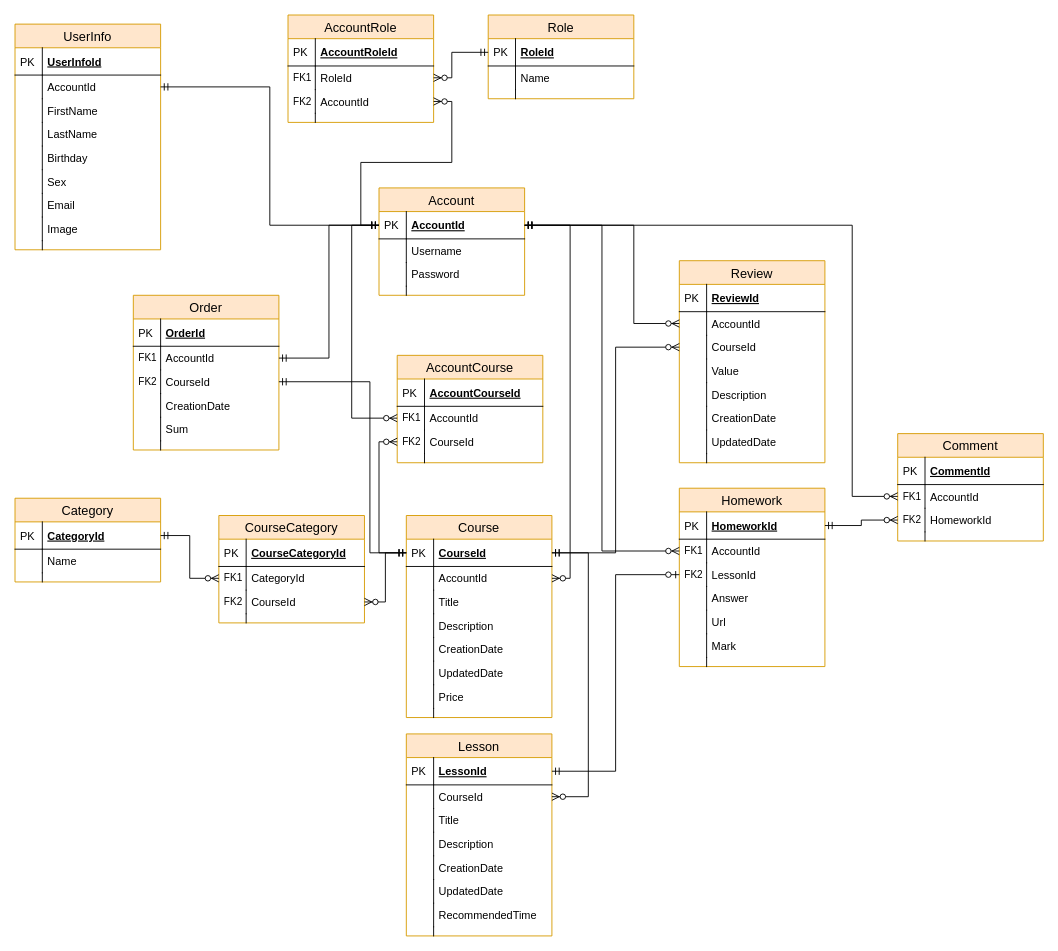
This is EduApp/EduApp.Data/DbScheme/database.drawio from EvgeniyVashinko/EduApp, a draw.io file, before an edit. Source tidied: cells renumbered, new cells numbered last; positions are measured from the earlier drawing's top-left corner, leaving out a move shared by most shapes. Both pictures are drawn from the tidied source at 91%, with x=0, y=0 at pixel (15, 15).
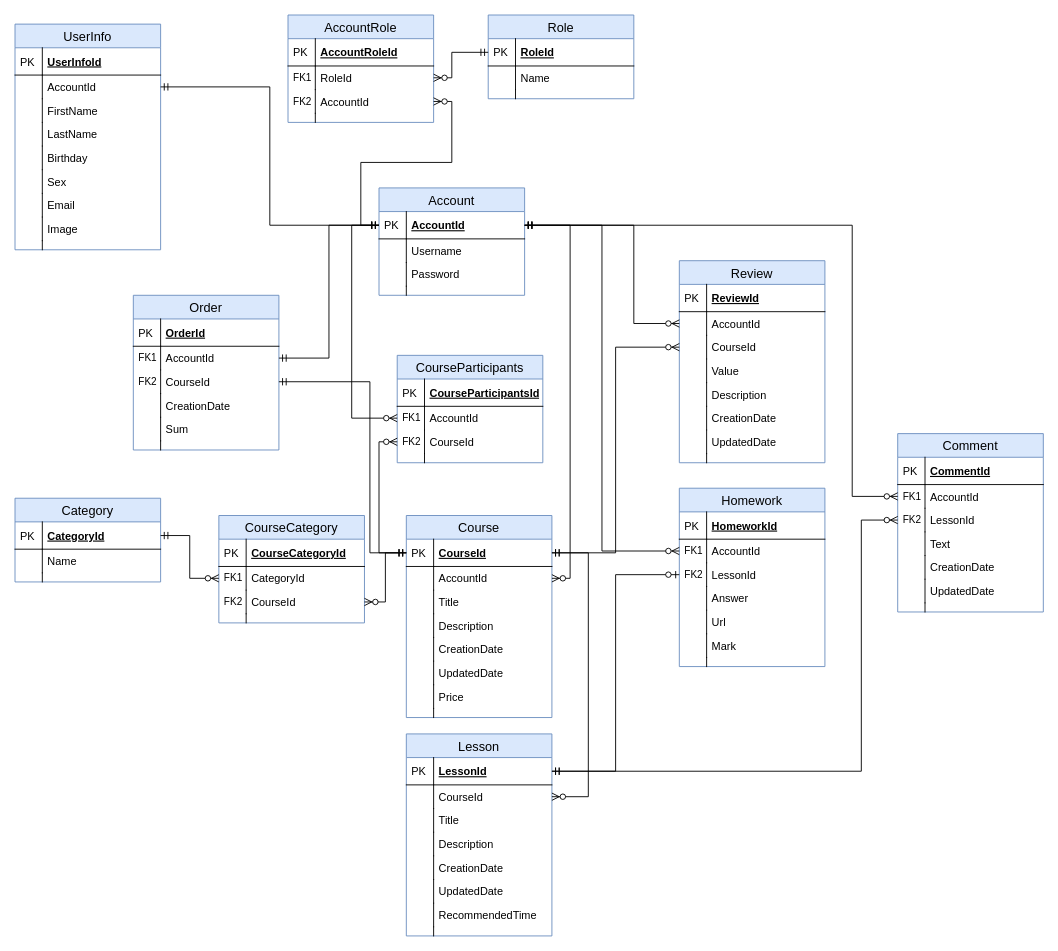
The same diagram, later.

Unchanged cells that the change refers to:
```xml
<mxCell id="38" value="LessonId" style="shape=partialRectangle;top=0;left=0;right=0;bottom=1;align=left;verticalAlign=middle;fillColor=none;spacingLeft=34;spacingRight=4;overflow=hidden;points=[[0,0.5],[1,0.5]];portConstraint=eastwest;fontStyle=5;fontSize=12;" parent="37" vertex="1">
  <mxGeometry y="26" width="160" height="30" as="geometry" />
</mxCell>
<mxCell id="111" value="HomeworkId" style="shape=partialRectangle;top=0;left=0;right=0;bottom=1;align=left;verticalAlign=middle;fillColor=none;spacingLeft=34;spacingRight=4;overflow=hidden;points=[[0,0.5],[1,0.5]];portConstraint=eastwest;fontStyle=5;fontSize=12;" parent="110" vertex="1">
  <mxGeometry y="26" width="160" height="30" as="geometry" />
</mxCell>
```

Diff of the diagram source:
```diff
@@
-    <mxCell id="2" value="AccountCourse" style="swimlane;fontStyle=0;horizontal=1;startSize=26;fillColor=#ffe6cc;swimlaneFillColor=#ffffff;align=center;fontSize=14;strokeColor=#d79b00;" parent="1" vertex="1">
+    <mxCell id="2" value="CourseParticipants" style="swimlane;fontStyle=0;horizontal=1;startSize=26;fillColor=#dae8fc;swimlaneFillColor=#ffffff;align=center;fontSize=14;strokeColor=#6c8ebf;" parent="1" vertex="1">
       <mxGeometry x="420" y="374" width="160" height="118" as="geometry" />
     </mxCell>
-    <mxCell id="3" value="AccountCourseId" style="shape=partialRectangle;top=0;left=0;right=0;bottom=1;align=left;verticalAlign=middle;fillColor=none;spacingLeft=34;spacingRight=4;overflow=hidden;fontStyle=5;fontSize=12;" parent="2" vertex="1">
+    <mxCell id="3" value="CourseParticipantsId" style="shape=partialRectangle;top=0;left=0;right=0;bottom=1;align=left;verticalAlign=middle;fillColor=none;spacingLeft=34;spacingRight=4;overflow=hidden;fontStyle=5;fontSize=12;" parent="2" vertex="1">
       <mxGeometry y="26" width="160" height="30" as="geometry" />
     </mxCell>
@@
-    <mxCell id="11" value="CourseCategory" style="swimlane;fontStyle=0;horizontal=1;startSize=26;fillColor=#ffe6cc;swimlaneFillColor=#ffffff;align=center;fontSize=14;strokeColor=#d79b00;" parent="1" vertex="1">
+    <mxCell id="11" value="CourseCategory" style="swimlane;fontStyle=0;horizontal=1;startSize=26;fillColor=#dae8fc;swimlaneFillColor=#ffffff;align=center;fontSize=14;strokeColor=#6c8ebf;" parent="1" vertex="1">
       <mxGeometry x="224" y="550" width="160" height="118" as="geometry" />
     </mxCell>
@@
-    <mxCell id="20" value="Course" style="swimlane;fontStyle=0;horizontal=1;startSize=26;fillColor=#ffe6cc;swimlaneFillColor=#ffffff;align=center;fontSize=14;strokeColor=#d79b00;" parent="1" vertex="1">
+    <mxCell id="20" value="Course" style="swimlane;fontStyle=0;horizontal=1;startSize=26;fillColor=#dae8fc;swimlaneFillColor=#ffffff;align=center;fontSize=14;strokeColor=#6c8ebf;" parent="1" vertex="1">
       <mxGeometry x="430" y="550" width="160" height="222" as="geometry" />
     </mxCell>
@@
-    <mxCell id="37" value="Lesson" style="swimlane;fontStyle=0;horizontal=1;startSize=26;fillColor=#ffe6cc;swimlaneFillColor=#ffffff;align=center;fontSize=14;strokeColor=#d79b00;" parent="1" vertex="1">
+    <mxCell id="37" value="Lesson" style="swimlane;fontStyle=0;horizontal=1;startSize=26;fillColor=#dae8fc;swimlaneFillColor=#ffffff;align=center;fontSize=14;strokeColor=#6c8ebf;" parent="1" vertex="1">
       <mxGeometry x="430" y="790" width="160" height="222" as="geometry" />
     </mxCell>
@@
-    <mxCell id="54" value="Order" style="swimlane;fontStyle=0;horizontal=1;startSize=26;fillColor=#ffe6cc;swimlaneFillColor=#ffffff;align=center;fontSize=14;strokeColor=#d79b00;" parent="1" vertex="1">
+    <mxCell id="54" value="Order" style="swimlane;fontStyle=0;horizontal=1;startSize=26;fillColor=#dae8fc;swimlaneFillColor=#ffffff;align=center;fontSize=14;strokeColor=#6c8ebf;" parent="1" vertex="1">
       <mxGeometry x="130" y="308" width="160" height="170" as="geometry" />
     </mxCell>
@@
-    <mxCell id="67" value="Category" style="swimlane;fontStyle=0;horizontal=1;startSize=26;fillColor=#ffe6cc;swimlaneFillColor=#ffffff;align=center;fontSize=14;strokeColor=#d79b00;" parent="1" vertex="1">
+    <mxCell id="67" value="Category" style="swimlane;fontStyle=0;horizontal=1;startSize=26;fillColor=#dae8fc;swimlaneFillColor=#ffffff;align=center;fontSize=14;strokeColor=#6c8ebf;" parent="1" vertex="1">
       <mxGeometry y="531" width="160" height="92" as="geometry" />
     </mxCell>
@@
-    <mxCell id="74" value="UserInfo" style="swimlane;fontStyle=0;horizontal=1;startSize=26;fillColor=#ffe6cc;swimlaneFillColor=#ffffff;align=center;fontSize=14;strokeColor=#d79b00;" parent="1" vertex="1">
+    <mxCell id="74" value="UserInfo" style="swimlane;fontStyle=0;horizontal=1;startSize=26;fillColor=#dae8fc;swimlaneFillColor=#ffffff;align=center;fontSize=14;strokeColor=#6c8ebf;" parent="1" vertex="1">
       <mxGeometry y="10" width="160" height="248" as="geometry" />
     </mxCell>
@@
-    <mxCell id="93" value="Review" style="swimlane;fontStyle=0;horizontal=1;startSize=26;fillColor=#ffe6cc;swimlaneFillColor=#ffffff;align=center;fontSize=14;strokeColor=#d79b00;" parent="1" vertex="1">
+    <mxCell id="93" value="Review" style="swimlane;fontStyle=0;horizontal=1;startSize=26;fillColor=#dae8fc;swimlaneFillColor=#ffffff;align=center;fontSize=14;strokeColor=#6c8ebf;" parent="1" vertex="1">
       <mxGeometry x="730" y="270" width="160" height="222" as="geometry" />
     </mxCell>
@@
-    <mxCell id="110" value="Homework" style="swimlane;fontStyle=0;horizontal=1;startSize=26;fillColor=#ffe6cc;swimlaneFillColor=#ffffff;align=center;fontSize=14;strokeColor=#d79b00;" parent="1" vertex="1">
+    <mxCell id="110" value="Homework" style="swimlane;fontStyle=0;horizontal=1;startSize=26;fillColor=#dae8fc;swimlaneFillColor=#ffffff;align=center;fontSize=14;strokeColor=#6c8ebf;" parent="1" vertex="1">
       <mxGeometry x="730" y="520" width="160" height="196" as="geometry" />
     </mxCell>
@@
-    <mxCell id="125" value="Comment" style="swimlane;fontStyle=0;horizontal=1;startSize=26;fillColor=#ffe6cc;swimlaneFillColor=#ffffff;align=center;fontSize=14;strokeColor=#d79b00;" parent="1" vertex="1">
-      <mxGeometry x="970" y="460" width="160" height="118" as="geometry" />
+    <mxCell id="125" value="Comment" style="swimlane;fontStyle=0;horizontal=1;startSize=26;fillColor=#dae8fc;swimlaneFillColor=#ffffff;align=center;fontSize=14;strokeColor=#6c8ebf;" parent="1" vertex="1">
+      <mxGeometry x="970" y="460" width="160" height="196" as="geometry" />
     </mxCell>
@@
-    <mxCell id="130" value="HomeworkId" style="shape=partialRectangle;top=0;left=0;right=0;bottom=0;align=left;verticalAlign=top;fillColor=none;spacingLeft=34;spacingRight=4;overflow=hidden;points=[[0,0.5],[1,0.5]];portConstraint=eastwest;fontSize=12;" parent="125" vertex="1">
+    <mxCell id="130" value="LessonId" style="shape=partialRectangle;top=0;left=0;right=0;bottom=0;align=left;verticalAlign=top;fillColor=none;spacingLeft=34;spacingRight=4;overflow=hidden;points=[[0,0.5],[1,0.5]];portConstraint=eastwest;fontSize=12;" parent="125" vertex="1">
       <mxGeometry y="82" width="160" height="26" as="geometry" />
     </mxCell>
@@
+    <mxCell id="176" value="Text" style="shape=partialRectangle;top=0;left=0;right=0;bottom=0;align=left;verticalAlign=top;fillColor=none;spacingLeft=34;spacingRight=4;overflow=hidden;fontSize=12;" parent="125" vertex="1">
+      <mxGeometry y="108" width="160" height="26" as="geometry" />
+    </mxCell>
+    <mxCell id="177" style="shape=partialRectangle;top=0;left=0;bottom=0;fillColor=none;align=left;verticalAlign=top;spacingLeft=4;spacingRight=4;overflow=hidden;fontSize=11;" parent="176" vertex="1">
+      <mxGeometry width="30" height="26" as="geometry" />
+    </mxCell>
+    <mxCell id="178" value="CreationDate" style="shape=partialRectangle;top=0;left=0;right=0;bottom=0;align=left;verticalAlign=top;fillColor=none;spacingLeft=34;spacingRight=4;overflow=hidden;fontSize=12;" parent="125" vertex="1">
+      <mxGeometry y="134" width="160" height="26" as="geometry" />
+    </mxCell>
+    <mxCell id="179" style="shape=partialRectangle;top=0;left=0;bottom=0;fillColor=none;align=left;verticalAlign=top;spacingLeft=4;spacingRight=4;overflow=hidden;fontSize=11;" parent="178" vertex="1">
+      <mxGeometry width="30" height="26" as="geometry" />
+    </mxCell>
+    <mxCell id="180" value="UpdatedDate" style="shape=partialRectangle;top=0;left=0;right=0;bottom=0;align=left;verticalAlign=top;fillColor=none;spacingLeft=34;spacingRight=4;overflow=hidden;fontSize=12;" parent="125" vertex="1">
+      <mxGeometry y="160" width="160" height="26" as="geometry" />
+    </mxCell>
+    <mxCell id="181" style="shape=partialRectangle;top=0;left=0;bottom=0;fillColor=none;align=left;verticalAlign=top;spacingLeft=4;spacingRight=4;overflow=hidden;fontSize=11;" parent="180" vertex="1">
+      <mxGeometry width="30" height="26" as="geometry" />
+    </mxCell>
     <mxCell id="132" style="shape=partialRectangle;top=0;left=0;right=0;bottom=0;align=left;verticalAlign=top;fillColor=none;spacingLeft=34;spacingRight=4;overflow=hidden;fontSize=12;" parent="125" vertex="1">
-      <mxGeometry y="108" width="160" height="10" as="geometry" />
+      <mxGeometry y="186" width="160" height="10" as="geometry" />
     </mxCell>
@@
-    <mxCell id="134" value="Account" style="swimlane;fontStyle=0;horizontal=1;startSize=26;fillColor=#ffe6cc;swimlaneFillColor=#ffffff;align=center;fontSize=14;strokeColor=#d79b00;" parent="1" vertex="1">
+    <mxCell id="134" value="Account" style="swimlane;fontStyle=0;horizontal=1;startSize=26;fillColor=#dae8fc;swimlaneFillColor=#ffffff;align=center;fontSize=14;strokeColor=#6c8ebf;" parent="1" vertex="1">
       <mxGeometry x="400" y="190" width="160" height="118" as="geometry" />
     </mxCell>
@@
-    <mxCell id="143" value="AccountRole" style="swimlane;fontStyle=0;horizontal=1;startSize=26;fillColor=#ffe6cc;swimlaneFillColor=#ffffff;align=center;fontSize=14;strokeColor=#d79b00;" parent="1" vertex="1">
+    <mxCell id="143" value="AccountRole" style="swimlane;fontStyle=0;horizontal=1;startSize=26;fillColor=#dae8fc;swimlaneFillColor=#ffffff;align=center;fontSize=14;strokeColor=#6c8ebf;" parent="1" vertex="1">
       <mxGeometry x="300" width="160" height="118" as="geometry" />
     </mxCell>
@@
-    <mxCell id="152" value="Role" style="swimlane;fontStyle=0;horizontal=1;startSize=26;fillColor=#ffe6cc;swimlaneFillColor=#ffffff;align=center;fontSize=14;strokeColor=#d79b00;" parent="1" vertex="1">
+    <mxCell id="152" value="Role" style="swimlane;fontStyle=0;horizontal=1;startSize=26;fillColor=#dae8fc;swimlaneFillColor=#ffffff;align=center;fontSize=14;strokeColor=#6c8ebf;" parent="1" vertex="1">
       <mxGeometry x="520" width="160" height="92" as="geometry" />
     </mxCell>
@@
-    <mxCell id="170" style="edgeStyle=orthogonalEdgeStyle;rounded=0;jettySize=auto;html=1;exitX=0;exitY=0.5;exitDx=0;exitDy=0;entryX=1;entryY=0.5;entryDx=0;entryDy=0;startArrow=ERzeroToMany;startFill=1;endArrow=ERmandOne;endFill=0;fontSize=11;" parent="1" edge="1" source="130" target="111">
-      <mxGeometry relative="1" as="geometry" />
-    </mxCell>
@@
+    <mxCell id="182" style="edgeStyle=orthogonalEdgeStyle;rounded=0;jettySize=auto;html=1;exitX=0;exitY=0.5;exitDx=0;exitDy=0;entryX=1;entryY=0.5;entryDx=0;entryDy=0;startArrow=ERzeroToMany;startFill=1;endArrow=ERmandOne;endFill=0;" parent="1" edge="1" source="130" target="38">
+      <mxGeometry relative="1" as="geometry">
+        <Array as="points">
+          <mxPoint x="930" y="555" />
+          <mxPoint x="930" y="831" />
+        </Array>
+      </mxGeometry>
+    </mxCell>
```
